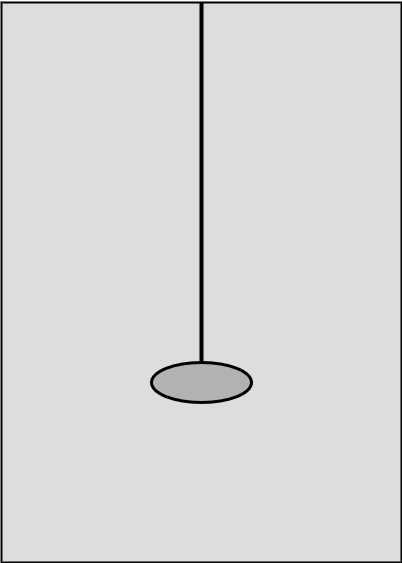
This is src/assets/images/mixer.png from janzeg/mini-scada-frontend, a draw.io export, as it was before one commit. Source tidied: cells renumbered, new cells last; positions are measured from the earlier drawing's top-left corner, leaving out a move shared by most shapes.
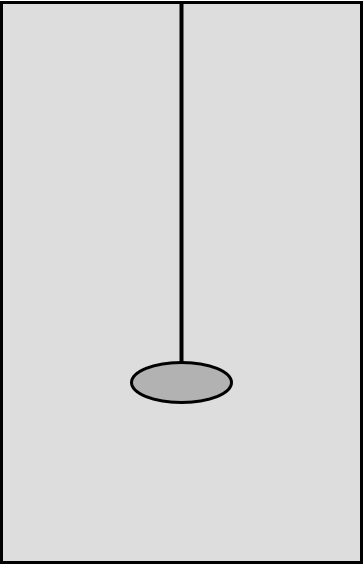
After the commit.

Diff of the diagram source:
```diff
@@ -2,17 +2,17 @@
   <root>
     <mxCell id="0" />
     <mxCell id="1" parent="0" />
-    <mxCell id="2" style="rounded=0;whiteSpace=wrap;html=1;strokeWidth=2;fillColor=#DDDDDD;" parent="1" vertex="1">
-      <mxGeometry width="400" height="560" as="geometry" />
+    <mxCell id="2" style="rounded=0;whiteSpace=wrap;html=1;strokeWidth=3;fillColor=#DDDDDD;" parent="1" vertex="1">
+      <mxGeometry width="360" height="560" as="geometry" />
     </mxCell>
     <mxCell id="3" style="endArrow=none;html=1;rounded=0;strokeWidth=4;" parent="1" edge="1">
       <mxGeometry relative="1" as="geometry">
-        <mxPoint x="200" y="360" as="sourcePoint" />
-        <mxPoint x="200" as="targetPoint" />
+        <mxPoint x="180" y="360" as="sourcePoint" />
+        <mxPoint x="180" as="targetPoint" />
       </mxGeometry>
     </mxCell>
     <mxCell id="4" style="ellipse;whiteSpace=wrap;html=1;strokeWidth=3;fillColor=#B2B2B2;" parent="1" vertex="1">
-      <mxGeometry x="150" y="360" width="100" height="40" as="geometry" />
+      <mxGeometry x="130" y="360" width="100" height="40" as="geometry" />
     </mxCell>
   </root>
 </mxGraphModel>
```
